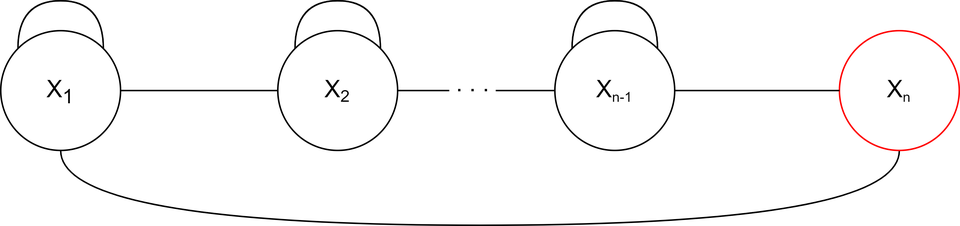
Parsa2820/ai-projects keeps this draw.io diagram as homeworks/3/1/main/assets/constraint-graph.drawio.png. Above is the earlier version. Source tidied: cells renumbered, new cells last; positions are measured from the earlier drawing's top-left corner, leaving out a move shared by most shapes. The source it was exported from:
```xml
<mxGraphModel>
  <root>
    <mxCell id="0" />
    <mxCell id="1" parent="0" />
    <mxCell id="2" style="edgeStyle=orthogonalEdgeStyle;rounded=0;jettySize=auto;html=1;exitX=1;exitY=0.5;exitDx=0;exitDy=0;entryX=0;entryY=0.5;entryDx=0;entryDy=0;endArrow=none;endFill=0;" parent="1" edge="1" source="3" target="6">
      <mxGeometry relative="1" as="geometry" />
    </mxCell>
    <mxCell id="3" value="&lt;font style=&quot;font-size: 16px&quot;&gt;X&lt;sub&gt;1&lt;/sub&gt;&lt;/font&gt;" style="ellipse;whiteSpace=wrap;html=1;" parent="1" vertex="1">
      <mxGeometry y="20" width="80" height="80" as="geometry" />
    </mxCell>
    <mxCell id="4" style="edgeStyle=orthogonalEdgeStyle;rounded=0;jettySize=auto;html=1;exitX=1;exitY=0.5;exitDx=0;exitDy=0;entryX=0;entryY=0.5;entryDx=0;entryDy=0;endArrow=none;endFill=0;" parent="1" edge="1" source="6" target="8">
      <mxGeometry relative="1" as="geometry" />
    </mxCell>
    <mxCell id="5" value="&lt;font style=&quot;font-size: 16px&quot;&gt;&amp;nbsp;. . .&amp;nbsp;&lt;/font&gt;" style="edgeLabel;html=1;align=center;verticalAlign=middle;" parent="4" vertex="1">
      <mxGeometry x="-0.28" y="1" relative="1" as="geometry">
        <mxPoint x="12" y="-4" as="offset" />
      </mxGeometry>
    </mxCell>
    <mxCell id="6" value="&lt;font style=&quot;font-size: 16px&quot;&gt;X&lt;/font&gt;&lt;font style=&quot;font-size: 13.3333px&quot;&gt;&lt;sub&gt;2&lt;/sub&gt;&lt;/font&gt;" style="ellipse;whiteSpace=wrap;html=1;" parent="1" vertex="1">
      <mxGeometry x="185" y="20" width="80" height="80" as="geometry" />
    </mxCell>
    <mxCell id="7" style="edgeStyle=orthogonalEdgeStyle;curved=1;jettySize=auto;html=1;exitX=0.5;exitY=1;exitDx=0;exitDy=0;entryX=0.5;entryY=1;entryDx=0;entryDy=0;endArrow=none;endFill=0;" parent="1" edge="1" source="12" target="3">
      <mxGeometry relative="1" as="geometry">
        <Array as="points">
          <mxPoint x="600" y="150" />
          <mxPoint x="40" y="150" />
        </Array>
      </mxGeometry>
    </mxCell>
    <mxCell id="8" value="&lt;font style=&quot;font-size: 16px&quot;&gt;X&lt;/font&gt;&lt;font style=&quot;font-size: 11.1111px&quot;&gt;&lt;sub&gt;n-1&lt;/sub&gt;&lt;/font&gt;" style="ellipse;whiteSpace=wrap;html=1;" parent="1" vertex="1">
      <mxGeometry x="370" y="20" width="80" height="80" as="geometry" />
    </mxCell>
    <mxCell id="9" style="edgeStyle=orthogonalEdgeStyle;orthogonalLoop=1;jettySize=auto;html=1;exitX=0;exitY=0;exitDx=0;exitDy=0;entryX=1;entryY=0;entryDx=0;entryDy=0;endArrow=none;endFill=0;curved=1;" parent="1" edge="1" source="3" target="3">
      <mxGeometry relative="1" as="geometry">
        <Array as="points">
          <mxPoint x="11" />
          <mxPoint x="69" />
        </Array>
      </mxGeometry>
    </mxCell>
    <mxCell id="10" style="edgeStyle=orthogonalEdgeStyle;curved=1;orthogonalLoop=1;jettySize=auto;html=1;exitX=0;exitY=0;exitDx=0;exitDy=0;entryX=1;entryY=0;entryDx=0;entryDy=0;endArrow=none;endFill=0;" parent="1" edge="1" source="6" target="6">
      <mxGeometry relative="1" as="geometry">
        <Array as="points">
          <mxPoint x="197" />
          <mxPoint x="253" />
        </Array>
      </mxGeometry>
    </mxCell>
    <mxCell id="11" style="edgeStyle=orthogonalEdgeStyle;curved=1;orthogonalLoop=1;jettySize=auto;html=1;exitX=0;exitY=0;exitDx=0;exitDy=0;entryX=1;entryY=0;entryDx=0;entryDy=0;endArrow=none;endFill=0;" parent="1" edge="1" source="8" target="8">
      <mxGeometry relative="1" as="geometry">
        <Array as="points">
          <mxPoint x="381" />
          <mxPoint x="439" />
        </Array>
      </mxGeometry>
    </mxCell>
    <mxCell id="12" value="&lt;font style=&quot;font-size: 16px&quot;&gt;X&lt;/font&gt;&lt;font style=&quot;font-size: 11.1111px&quot;&gt;&lt;sub&gt;n&lt;/sub&gt;&lt;/font&gt;" style="ellipse;whiteSpace=wrap;html=1;strokeColor=#FF0000;" parent="1" vertex="1">
      <mxGeometry x="560" y="20" width="80" height="80" as="geometry" />
    </mxCell>
    <mxCell id="13" style="edgeStyle=orthogonalEdgeStyle;rounded=0;jettySize=auto;html=1;entryX=0;entryY=0.5;entryDx=0;entryDy=0;endArrow=none;endFill=0;exitX=1;exitY=0.5;exitDx=0;exitDy=0;" parent="1" edge="1" source="8" target="12">
      <mxGeometry relative="1" as="geometry" />
    </mxCell>
  </root>
</mxGraphModel>
```
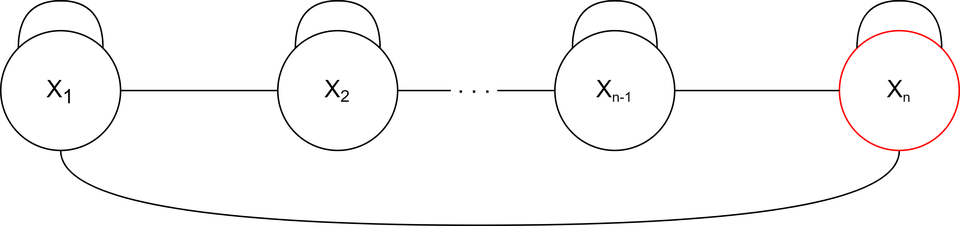
The same diagram one commit later.

Change to the diagram source:
```diff
@@ -60,5 +60,13 @@
     <mxCell id="13" style="edgeStyle=orthogonalEdgeStyle;rounded=0;jettySize=auto;html=1;entryX=0;entryY=0.5;entryDx=0;entryDy=0;endArrow=none;endFill=0;exitX=1;exitY=0.5;exitDx=0;exitDy=0;" parent="1" edge="1" source="8" target="12">
       <mxGeometry relative="1" as="geometry" />
     </mxCell>
+    <mxCell id="14" style="edgeStyle=orthogonalEdgeStyle;orthogonalLoop=1;jettySize=auto;html=1;exitX=0;exitY=0;exitDx=0;exitDy=0;entryX=1;entryY=0;entryDx=0;entryDy=0;endArrow=none;endFill=0;curved=1;" parent="1" edge="1" source="12" target="12">
+      <mxGeometry relative="1" as="geometry">
+        <Array as="points">
+          <mxPoint x="572" />
+          <mxPoint x="628" />
+        </Array>
+      </mxGeometry>
+    </mxCell>
   </root>
 </mxGraphModel>
```
